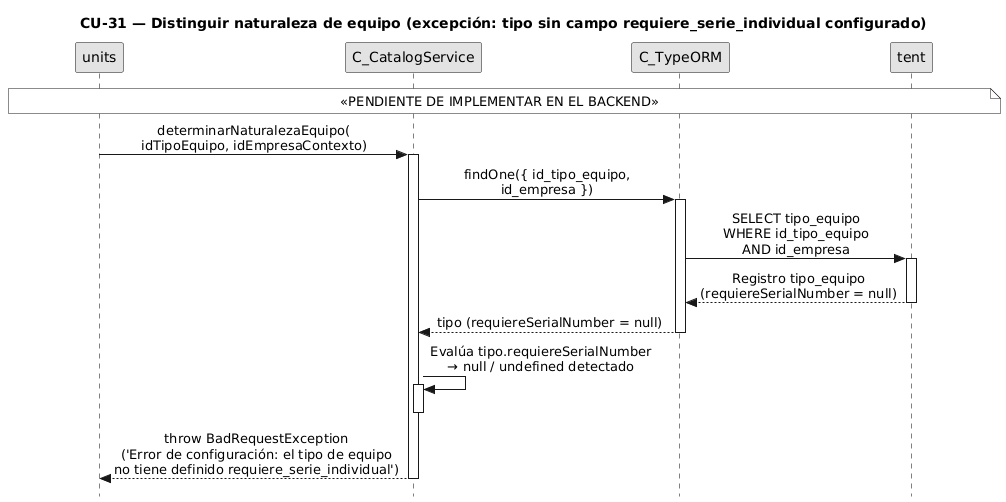
FSM-Finet-y-Cable-Magico/Team_1-Inventario-y-Bodega keeps this PlantUML diagram as diagramas-secuencia/CU31/CU31-exc-tipo-sin-configurar.png. Above is the earlier version.
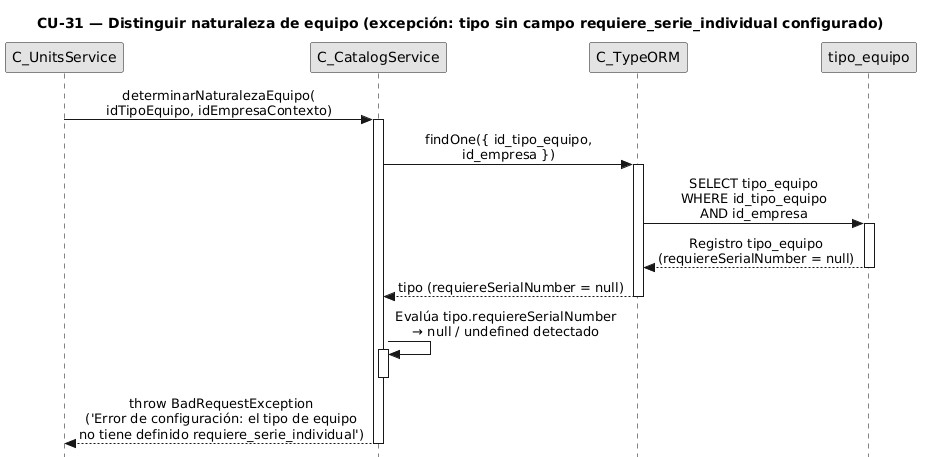
Above is the later version.

Change to the diagram source:
```diff
@@ -1,21 +1,15 @@
-@startuml CU31-exc-tipo-sin-configurar
+@startuml
 title CU-31 — Distinguir naturaleza de equipo (excepción: tipo sin campo requiere_serie_individual configurado)
 
 skinparam style strictuml
 skinparam monochrome true
 skinparam shadowing false
 skinparam sequenceMessageAlign center
-skinparam ParticipantPadding 70
-skinparam ActorPadding 30
 skinparam sequence {
   MessageAlign center
   LifeLineBorderColor black
 }
 hide footbox
-
-note over units, tent
-  «PENDIENTE DE IMPLEMENTAR EN EL BACKEND»
-end note
 
 participant "C_UnitsService" as units
 participant "C_CatalogService" as catalog
@@ -42,5 +36,4 @@
 
 catalog --> units : throw BadRequestException\n('Error de configuración: el tipo de equipo\nno tiene definido requiere_serie_individual')
 deactivate catalog
-
 @enduml
```
